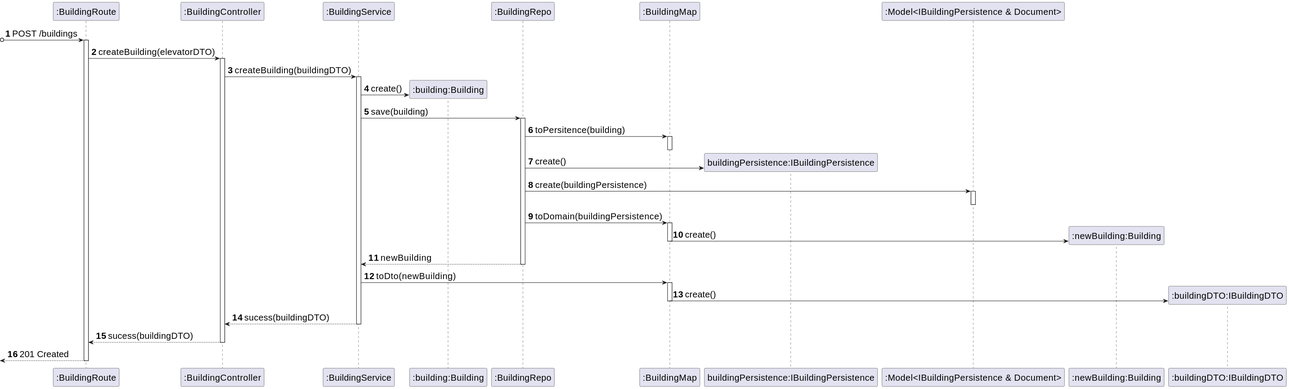
Earlier version of the PlantUML export _wiki/sprint-a/us18-350/views/level-3/assets/process-view.svg (miseEnPlace-dev/lapr5).
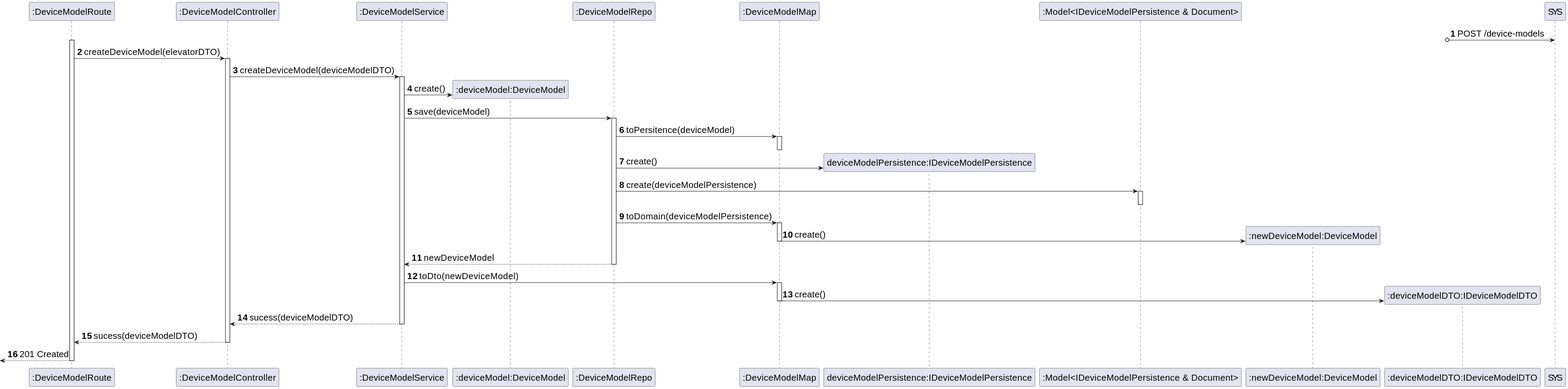
The same diagram one commit later.

Commit message:
docs(us-350): added process views

The edit, as a diff of the source:
```diff
@@ -1,47 +1,47 @@
 @startuml
 skinparamlocked defaultFontSize 20
 autonumber
-participant ROUTE as ":BuildingRoute"
-participant CTRL as ":BuildingController"
-participant SRV as ":BuildingService"
-participant BUILD as ":building:Building"
-participant REPO as ":BuildingRepo"
-participant MAP as ":BuildingMap"
-participant PERS as "buildingPersistence:IBuildingPersistence"
-participant MODEL as ":Model<IBuildingPersistence & Document>"
-participant NBUILD as ":newBuilding:Building"
-participant DTO as ":buildingDTO:IBuildingDTO"
+participant ROUTE as ":DeviceModelRoute"
+participant CTRL as ":DeviceModelController"
+participant SRV as ":DeviceModelService"
+participant BUILD as ":deviceModel:DeviceModel"
+participant REPO as ":DeviceModelRepo"
+participant MAP as ":DeviceModelMap"
+participant PERS as "deviceModelPersistence:IDeviceModelPersistence"
+participant MODEL as ":Model<IDeviceModelPersistence & Document>"
+participant NBUILD as ":newDeviceModel:DeviceModel"
+participant DTO as ":deviceModelDTO:IDeviceModelDTO"
 
-?o-> ROUTE : POST /buildings
+?o-> SYS : POST /device-models
 activate ROUTE
 
-ROUTE -> CTRL : createBuilding(elevatorDTO)
+ROUTE -> CTRL : createDeviceModel(elevatorDTO)
 activate CTRL
-CTRL -> SRV : createBuilding(buildingDTO)
+CTRL -> SRV : createDeviceModel(deviceModelDTO)
 activate SRV
 SRV -> BUILD** : create()
-SRV -> REPO : save(building)
+SRV -> REPO : save(deviceModel)
 activate REPO
-REPO -> MAP : toPersitence(building)
+REPO -> MAP : toPersitence(deviceModel)
 activate MAP
 deactivate MAP
 REPO -> PERS** : create()
-REPO -> MODEL : create(buildingPersistence)
+REPO -> MODEL : create(deviceModelPersistence)
 activate MODEL
 deactivate MODEL
-REPO -> MAP : toDomain(buildingPersistence)
+REPO -> MAP : toDomain(deviceModelPersistence)
 activate MAP
 MAP -> NBUILD** : create()
 deactivate MAP
-REPO --> SRV : newBuilding
+REPO --> SRV : newDeviceModel
 deactivate REPO
-SRV -> MAP : toDto(newBuilding)
+SRV -> MAP : toDto(newDeviceModel)
 activate MAP
 MAP -> DTO** : create()
 deactivate MAP
-SRV --> CTRL : sucess(buildingDTO)
+SRV --> CTRL : sucess(deviceModelDTO)
 deactivate SRV
-CTRL --> ROUTE : sucess(buildingDTO)
+CTRL --> ROUTE : sucess(deviceModelDTO)
 deactivate CTRL
 <-- ROUTE : 201 Created
 deactivate ROUTE
```
